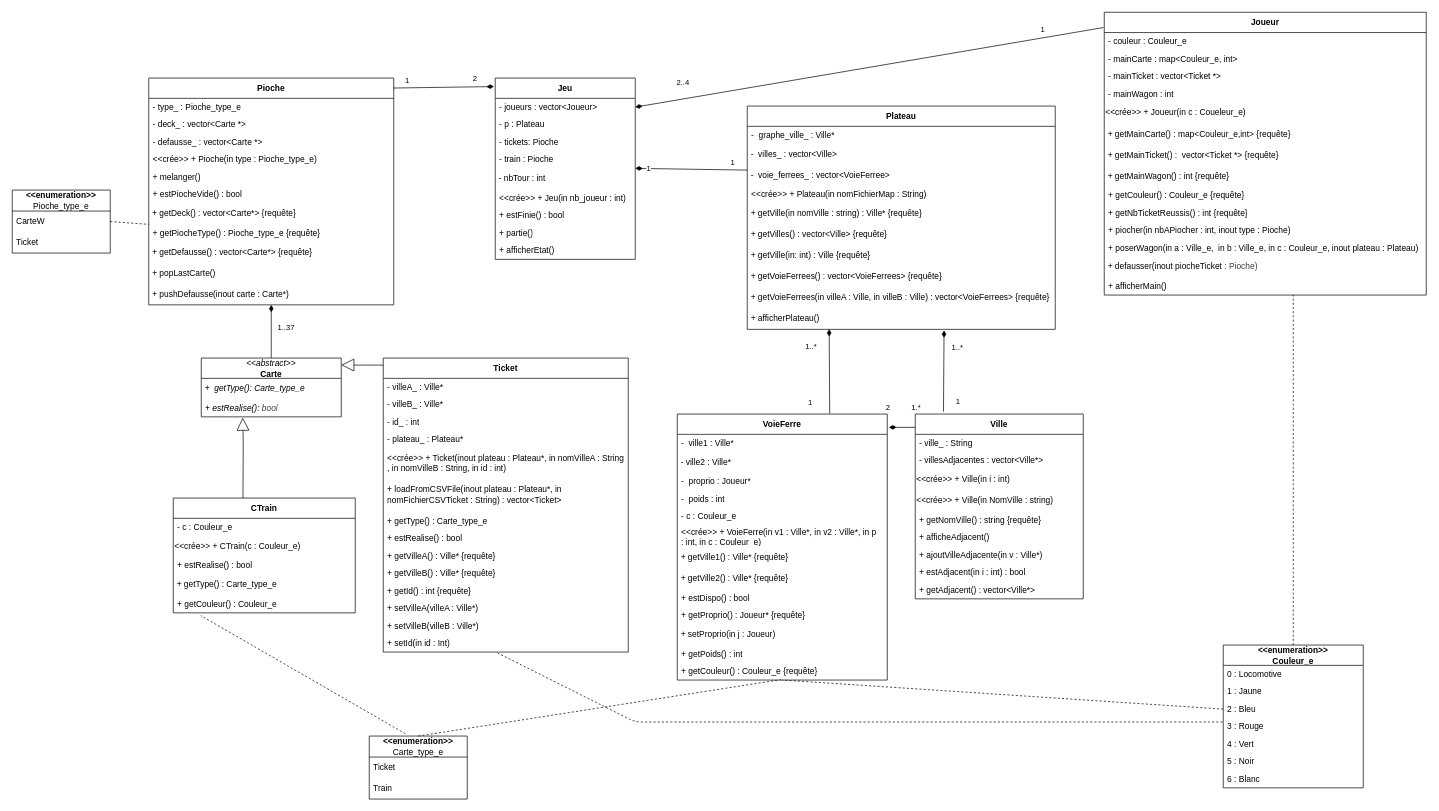
Before: specs/diagramme-classes.drawio in ECN-SEC-SMP/smp-tp11-note-secgpas, a draw.io diagram. Source tidied: cells renumbered, new cells numbered last; positions are measured from the earlier drawing's top-left corner, leaving out a move shared by most shapes. Both pictures are drawn from the tidied source at 70%, with x=0, y=0 at pixel (12, 12).
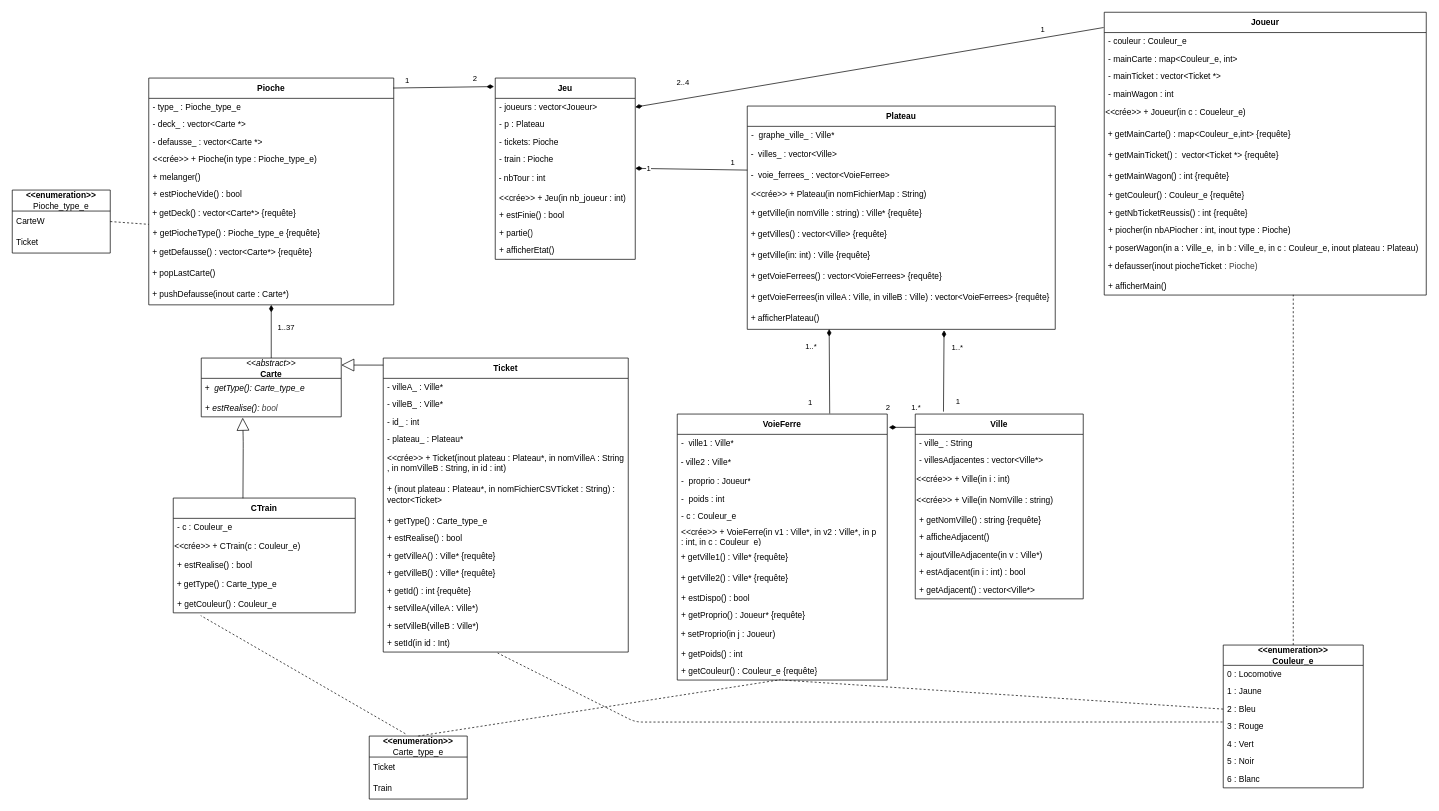
After the change.

The change refers to these unchanged cells:
```xml
<mxCell id="61" value="Ticket" style="swimlane;fontStyle=1;align=center;verticalAlign=middle;horizontal=1;startSize=29;html=1;whiteSpace=wrap;" parent="1" vertex="1">
  <mxGeometry x="530" y="494" width="350" height="420" as="geometry" />
</mxCell>
```

Change to the diagram source:
```diff
@@
-    <mxCell id="67" value="+ loadFromCSVFile(inout plateau : Plateau*, in nomFichierCSVTicket : String) : vector&amp;lt;Ticket&amp;gt;" style="text;html=1;strokeColor=none;fillColor=none;align=left;verticalAlign=middle;spacingLeft=4;spacingRight=4;overflow=hidden;whiteSpace=wrap;" parent="61" vertex="1">
+    <mxCell id="67" value="+ (inout plateau : Plateau*, in nomFichierCSVTicket : String) : vector&amp;lt;Ticket&amp;gt;" style="text;html=1;strokeColor=none;fillColor=none;align=left;verticalAlign=middle;spacingLeft=4;spacingRight=4;overflow=hidden;whiteSpace=wrap;" parent="61" vertex="1">
       <mxGeometry y="170" width="350" height="50" as="geometry" />
     </mxCell>
```
